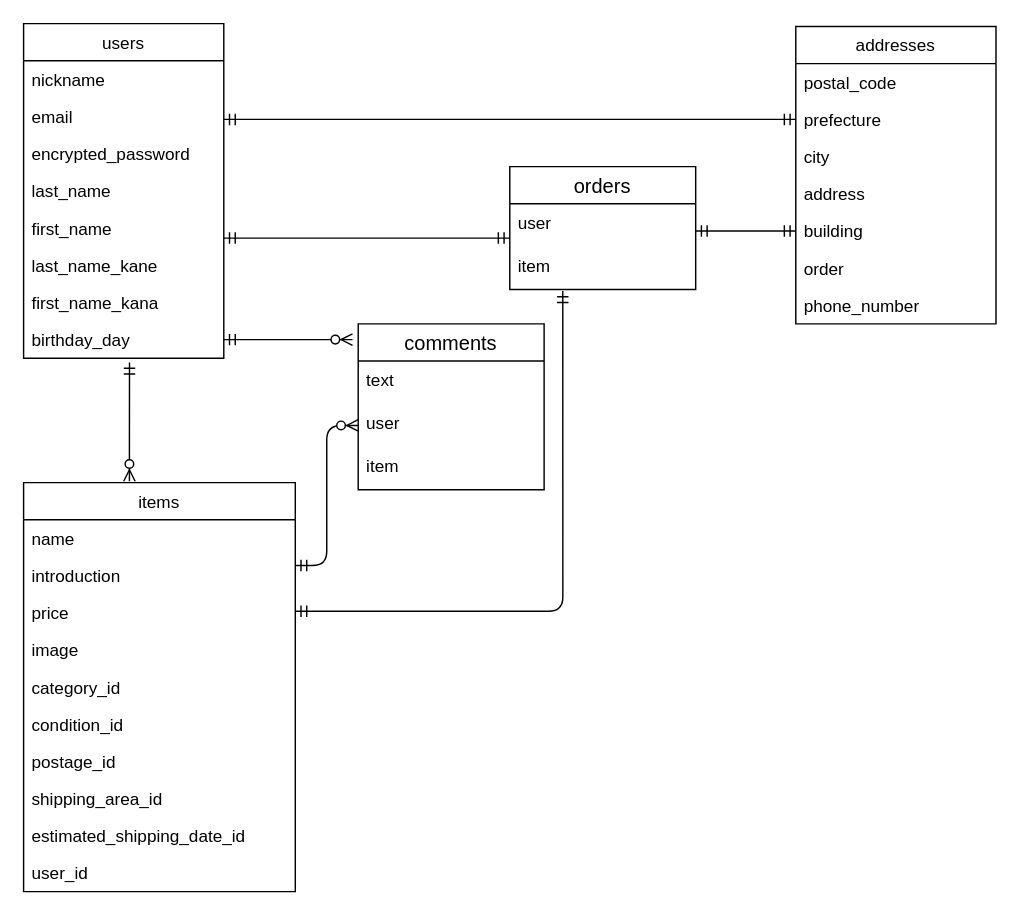
Before: furima-31996.dio in mr0216/furima-31996, a draw.io diagram. Source tidied: cells renumbered, new cells numbered last; positions are measured from the earlier drawing's top-left corner, leaving out a move shared by most shapes. Both pictures are drawn from the tidied source at 143%, with x=0, y=0 at pixel (23, 23).
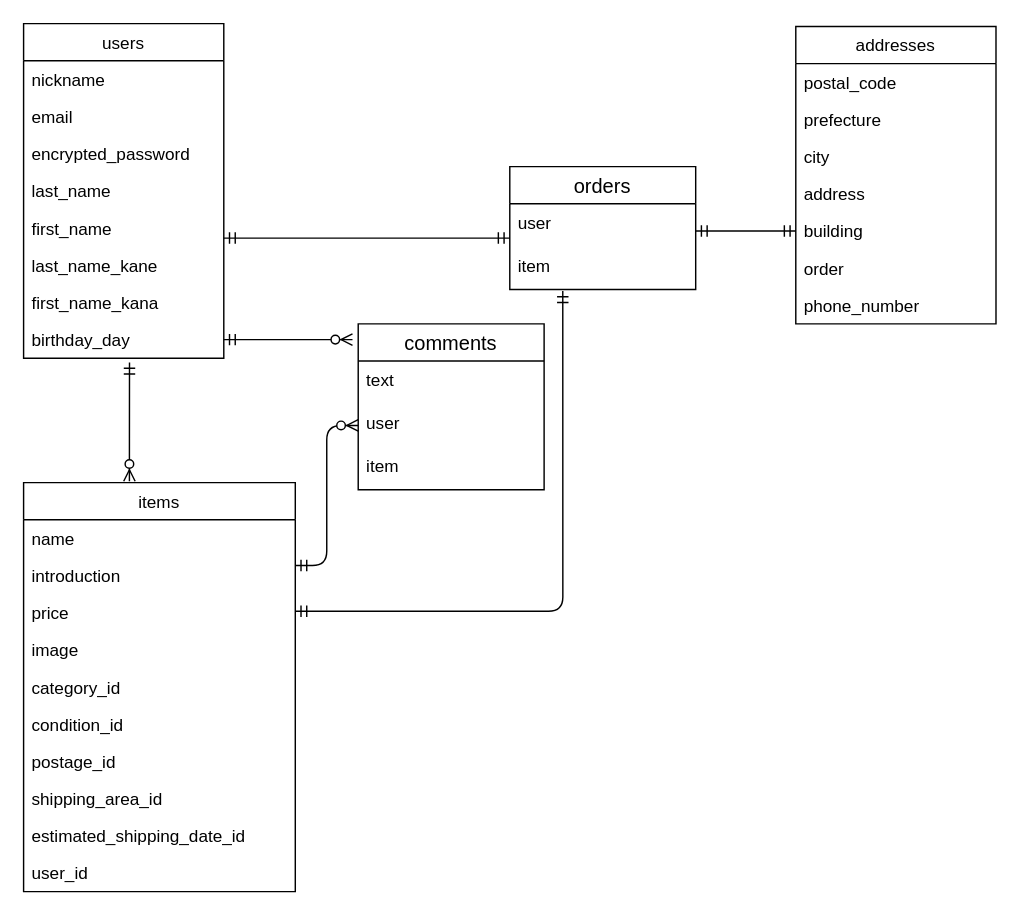
The same page after the edit.

Unchanged cells that the change refers to:
```xml
<mxCell id="37" value="prefecture" style="text;strokeColor=none;fillColor=none;align=left;verticalAlign=top;spacingLeft=4;spacingRight=4;overflow=hidden;points=[[0,0.5],[1,0.5]];portConstraint=eastwest;" parent="35" vertex="1">
  <mxGeometry y="52" width="140" height="26" as="geometry" />
</mxCell>
```

Change to the diagram source:
```diff
@@
-    <mxCell id="26" style="edgeStyle=entityRelationEdgeStyle;fontSize=12;html=1;endArrow=ERmandOne;startArrow=ERmandOne;entryX=0;entryY=0.5;entryDx=0;entryDy=0;" parent="1" edge="1" target="37">
-      <mxGeometry relative="1" as="geometry">
-        <mxPoint x="140" y="67" as="sourcePoint" />
-      </mxGeometry>
-    </mxCell>
```
